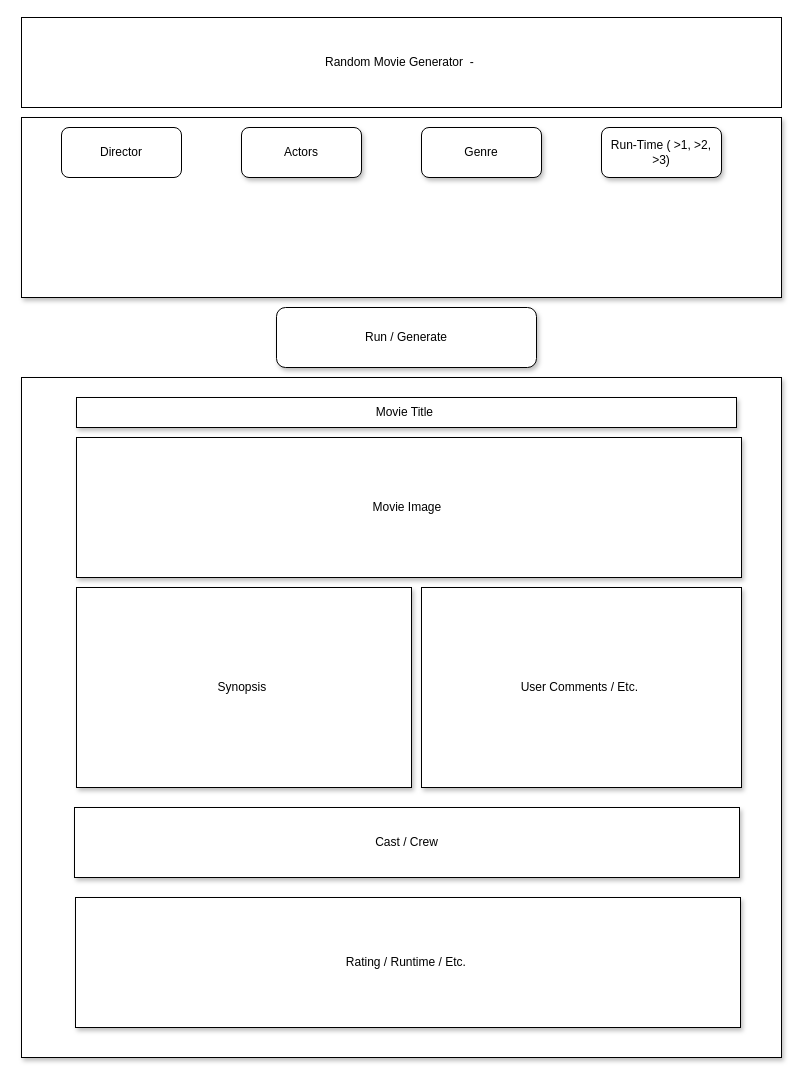
Above: Untitled Diagram.drawio in Barrerse/first-day-repository (draw.io), before the change. Source tidied: cells renumbered, new cells numbered last; positions are measured from the earlier drawing's top-left corner, leaving out a move shared by most shapes. Both pictures are drawn from the tidied source at 100%, with x=0, y=0 at pixel (21, 17).
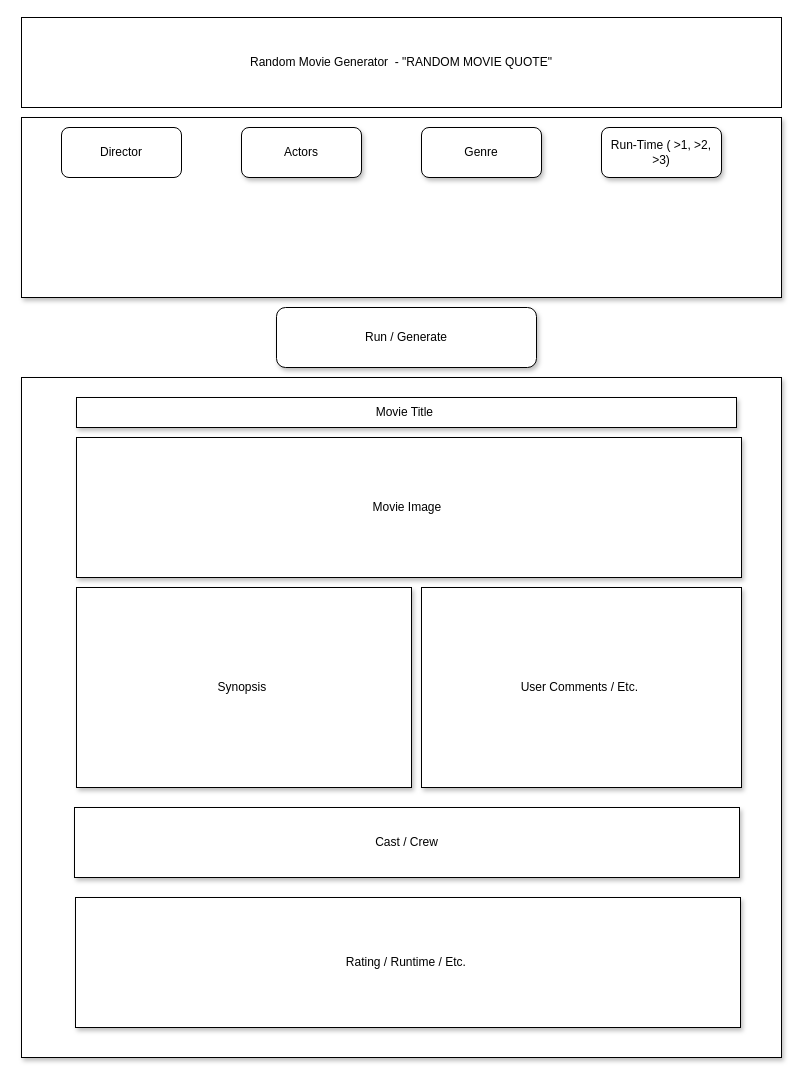
Above is the later version.

What changed in the source:
```diff
@@
 <mxGraphModel>
   <root>
     <mxCell id="0" />
     <mxCell id="1" parent="0" />
-    <mxCell id="2" value="Random Movie Generator&amp;nbsp; -&amp;nbsp;" style="rounded=0;whiteSpace=wrap;html=1;" parent="1" vertex="1">
+    <mxCell id="2" value="Random Movie Generator&amp;nbsp; - &quot;RANDOM MOVIE QUOTE&quot;" style="rounded=0;whiteSpace=wrap;html=1;" parent="1" vertex="1">
       <mxGeometry width="760" height="90" as="geometry" />
     </mxCell>
     <mxCell id="3" style="rounded=0;whiteSpace=wrap;html=1;shadow=1;" parent="1" vertex="1">
       <mxGeometry y="100" width="760" height="180" as="geometry" />
     </mxCell>
     <mxCell id="4" value="Actors" style="rounded=1;html=1;shadow=1;flipH=1;whiteSpace=wrap;" parent="1" vertex="1">
       <mxGeometry x="220" y="110" width="120" height="50" as="geometry" />
     </mxCell>
     <mxCell id="5" value="Genre" style="rounded=1;html=1;shadow=1;flipH=1;whiteSpace=wrap;" parent="1" vertex="1">
       <mxGeometry x="400" y="110" width="120" height="50" as="geometry" />
     </mxCell>
     <mxCell id="6" value="Run-Time ( &amp;gt;1, &amp;gt;2, &amp;gt;3)" style="rounded=1;html=1;shadow=1;flipH=1;whiteSpace=wrap;" parent="1" vertex="1">
       <mxGeometry x="580" y="110" width="120" height="50" as="geometry" />
     </mxCell>
     <mxCell id="7" value="Director" style="rounded=1;html=1;flipH=1;whiteSpace=wrap;" parent="1" vertex="1">
       <mxGeometry x="40" y="110" width="120" height="50" as="geometry" />
     </mxCell>
     <mxCell id="8" value="Run / Generate" style="rounded=1;whiteSpace=wrap;html=1;shadow=1;" parent="1" vertex="1">
       <mxGeometry x="255" y="290" width="260" height="60" as="geometry" />
     </mxCell>
     <mxCell id="9" style="rounded=0;whiteSpace=wrap;html=1;shadow=1;" parent="1" vertex="1">
       <mxGeometry y="360" width="760" height="680" as="geometry" />
     </mxCell>
     <mxCell id="10" value="Movie Title&amp;nbsp;" style="rounded=0;whiteSpace=wrap;html=1;shadow=1;" parent="1" vertex="1">
       <mxGeometry x="55" y="380" width="660" height="30" as="geometry" />
     </mxCell>
     <mxCell id="11" value="Movie Image&amp;nbsp;" style="rounded=0;whiteSpace=wrap;html=1;shadow=1;" parent="1" vertex="1">
       <mxGeometry x="55" y="420" width="665" height="140" as="geometry" />
     </mxCell>
     <mxCell id="12" value="Cast / Crew" style="rounded=0;whiteSpace=wrap;html=1;shadow=1;" parent="1" vertex="1">
       <mxGeometry x="53" y="790" width="665" height="70" as="geometry" />
     </mxCell>
     <mxCell id="13" value="Synopsis&amp;nbsp;" style="rounded=0;whiteSpace=wrap;html=1;shadow=1;" parent="1" vertex="1">
       <mxGeometry x="55" y="570" width="335" height="200" as="geometry" />
     </mxCell>
     <mxCell id="14" value="Rating / Runtime / Etc.&amp;nbsp;" style="rounded=0;whiteSpace=wrap;html=1;shadow=1;" parent="1" vertex="1">
       <mxGeometry x="54" y="880" width="665" height="130" as="geometry" />
     </mxCell>
     <mxCell id="15" value="User Comments / Etc.&amp;nbsp;" style="rounded=0;whiteSpace=wrap;html=1;shadow=1;" parent="1" vertex="1">
       <mxGeometry x="400" y="570" width="320" height="200" as="geometry" />
     </mxCell>
   </root>
 </mxGraphModel>
```
